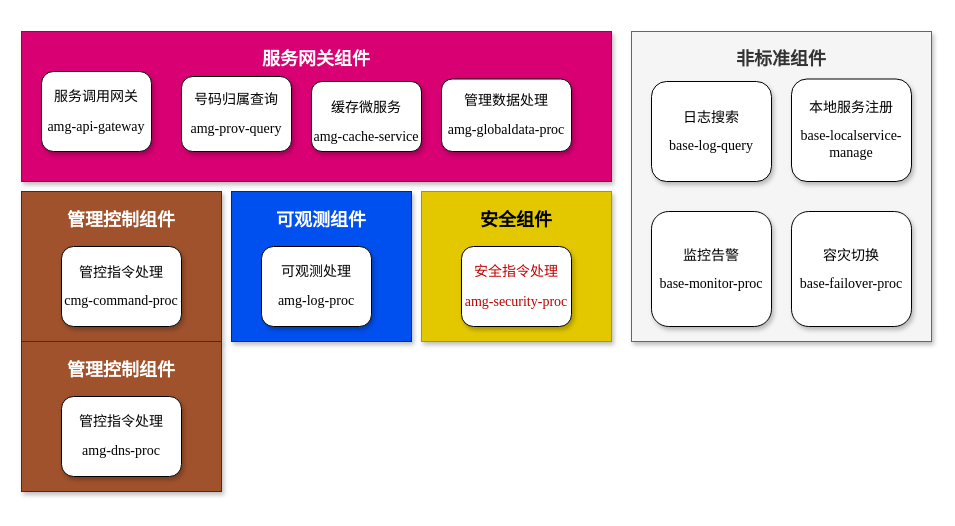
This is page "微服务拆分" (3 of 9) of 智慧中台AMG.drawio from qymmdj/draw-io, a draw.io file, before an edit. Source tidied: cells renumbered, new cells numbered last; positions are measured from the earlier drawing's top-left corner, leaving out a move shared by most shapes. Both pictures are drawn from the tidied source at 100%, with x=0, y=0 at pixel (21, 31).
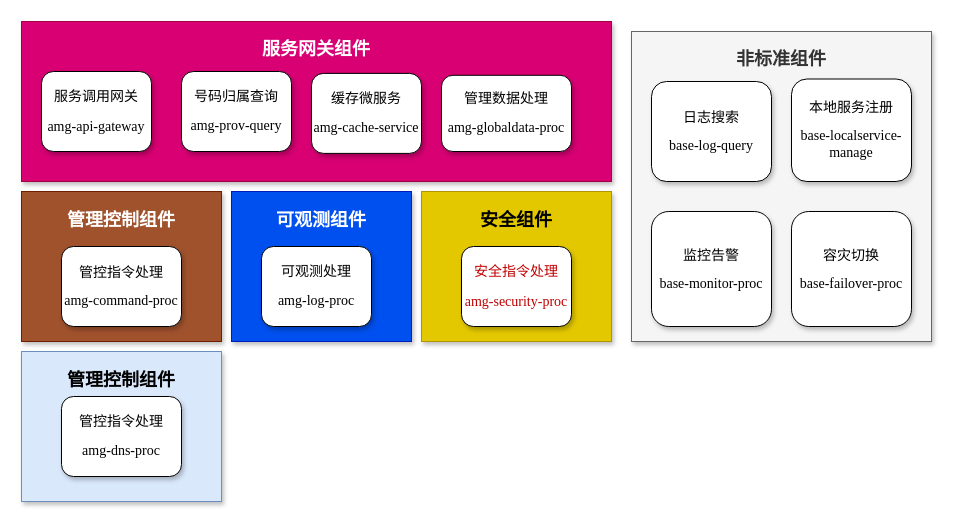
The same diagram, later.

The edit, as a diff of the source:
```diff
@@
 <mxGraphModel>
   <root>
     <mxCell id="0" />
     <mxCell id="1" parent="0" />
     <mxCell id="2" value="&lt;p class=&quot;MsoNormal&quot;&gt;&lt;b&gt;&lt;font face=&quot;Courier New&quot; style=&quot;font-size: 18px&quot;&gt;服务网关组件&lt;/font&gt;&lt;/b&gt;&lt;/p&gt;" style="rounded=0;whiteSpace=wrap;html=1;shadow=1;glass=0;fillColor=#d80073;verticalAlign=top;strokeColor=#A50040;fontColor=#ffffff;" parent="1" vertex="1">
-      <mxGeometry width="590" height="150" as="geometry" />
+      <mxGeometry y="-10" width="590" height="160" as="geometry" />
     </mxCell>
     <mxCell id="3" value="&lt;p class=&quot;MsoNormal&quot;&gt;&lt;b&gt;&lt;font style=&quot;font-size: 18px&quot;&gt;管理控制组件&lt;/font&gt;&lt;/b&gt;&lt;/p&gt;" style="rounded=0;whiteSpace=wrap;html=1;shadow=1;glass=0;fillColor=#a0522d;verticalAlign=top;strokeColor=#6D1F00;fontColor=#ffffff;" parent="1" vertex="1">
       <mxGeometry y="160" width="200" height="150" as="geometry" />
     </mxCell>
     <mxCell id="4" value="&lt;p class=&quot;MsoNormal&quot;&gt;&lt;span style=&quot;font-family: &amp;#34;times new roman&amp;#34; ; font-size: 10.5000pt&quot;&gt;&lt;font face=&quot;宋体&quot;&gt;服务调用网关&lt;/font&gt;&lt;/span&gt;&lt;/p&gt;&lt;p class=&quot;MsoNormal&quot;&gt;&lt;span style=&quot;font-size: 10.5000pt&quot;&gt;&lt;font face=&quot;Times New Roman&quot;&gt;amg-api-gateway&lt;/font&gt;&lt;/span&gt;&lt;/p&gt;" style="rounded=1;shadow=1;glass=0;sketch=0;horizontal=1;verticalAlign=middle;whiteSpace=wrap;labelBackgroundColor=none;html=1;" parent="1" vertex="1">
       <mxGeometry x="20" y="40" width="110" height="80" as="geometry" />
     </mxCell>
     <mxCell id="5" value="&lt;p class=&quot;MsoNormal&quot;&gt;&lt;span style=&quot;font-family: &amp;#34;times new roman&amp;#34; ; font-size: 10.5000pt&quot;&gt;&lt;font face=&quot;宋体&quot;&gt;号码归属查询&lt;/font&gt;&lt;/span&gt;&lt;/p&gt;&lt;p class=&quot;MsoNormal&quot;&gt;&lt;span style=&quot;font-family: &amp;#34;times new roman&amp;#34; ; font-size: 10.5000pt&quot;&gt;amg-prov-query&lt;/span&gt;&lt;/p&gt;" style="rounded=1;shadow=1;glass=0;sketch=0;horizontal=1;verticalAlign=middle;whiteSpace=wrap;labelBackgroundColor=none;html=1;" parent="1" vertex="1">
-      <mxGeometry x="160" y="45" width="110" height="75" as="geometry" />
+      <mxGeometry x="160" y="40" width="110" height="80" as="geometry" />
     </mxCell>
     <mxCell id="6" value="&lt;p class=&quot;MsoNormal&quot;&gt;&lt;span style=&quot;font-size: 14px&quot;&gt;管理数据处理&lt;/span&gt;&lt;/p&gt;&lt;p class=&quot;MsoNormal&quot;&gt;&lt;span style=&quot;font-size: 10.5000pt&quot;&gt;&lt;font face=&quot;Times New Roman&quot;&gt;amg&lt;/font&gt;&lt;/span&gt;&lt;span style=&quot;font-family: &amp;#34;times new roman&amp;#34; ; font-size: 10.5000pt&quot;&gt;-globaldata-proc&lt;/span&gt;&lt;/p&gt;" style="rounded=1;shadow=1;glass=0;sketch=0;horizontal=1;verticalAlign=middle;whiteSpace=wrap;labelBackgroundColor=none;html=1;" parent="1" vertex="1">
-      <mxGeometry x="420" y="47.5" width="130" height="72.5" as="geometry" />
+      <mxGeometry x="420" y="43.8" width="130" height="76.2" as="geometry" />
     </mxCell>
-    <mxCell id="7" value="&lt;p class=&quot;MsoNormal&quot;&gt;&lt;span style=&quot;font-size: 10.5pt&quot;&gt;管控指令处理&lt;/span&gt;&lt;/p&gt;&lt;p class=&quot;MsoNormal&quot;&gt;&lt;span style=&quot;font-family: &amp;#34;times new roman&amp;#34; ; font-size: 10.5000pt&quot;&gt;cmg-command-proc&lt;/span&gt;&lt;/p&gt;" style="rounded=1;shadow=1;glass=0;sketch=0;horizontal=1;verticalAlign=middle;whiteSpace=wrap;labelBackgroundColor=none;html=1;" parent="1" vertex="1">
+    <mxCell id="7" value="&lt;p class=&quot;MsoNormal&quot;&gt;&lt;span style=&quot;font-size: 10.5pt&quot;&gt;管控指令处理&lt;/span&gt;&lt;/p&gt;&lt;p class=&quot;MsoNormal&quot;&gt;&lt;span style=&quot;font-family: &amp;#34;times new roman&amp;#34; ; font-size: 10.5000pt&quot;&gt;amg-command-proc&lt;/span&gt;&lt;/p&gt;" style="rounded=1;shadow=1;glass=0;sketch=0;horizontal=1;verticalAlign=middle;whiteSpace=wrap;labelBackgroundColor=none;html=1;" parent="1" vertex="1">
       <mxGeometry x="40" y="215" width="120" height="80" as="geometry" />
     </mxCell>
     <mxCell id="8" value="&lt;p class=&quot;MsoNormal&quot;&gt;&lt;font style=&quot;font-size: 18px&quot; face=&quot;Courier New&quot;&gt;&lt;b&gt;非标准组件&lt;/b&gt;&lt;/font&gt;&lt;/p&gt;" style="rounded=0;whiteSpace=wrap;html=1;shadow=1;glass=0;verticalAlign=top;fillColor=#f5f5f5;strokeColor=#666666;fontColor=#333333;" parent="1" vertex="1">
       <mxGeometry x="610" width="300" height="310" as="geometry" />
     </mxCell>
     <mxCell id="9" value="&lt;p class=&quot;MsoNormal&quot;&gt;&lt;span style=&quot;font-size: 10.5pt&quot;&gt;容灾切换&lt;/span&gt;&lt;/p&gt;&lt;p class=&quot;MsoNormal&quot;&gt;&lt;span style=&quot;font-family: &amp;#34;times new roman&amp;#34; ; font-size: 10.5000pt&quot;&gt;base-failover-proc&lt;/span&gt;&lt;/p&gt;" style="rounded=1;shadow=1;glass=0;sketch=0;horizontal=1;verticalAlign=middle;whiteSpace=wrap;labelBackgroundColor=none;html=1;" parent="1" vertex="1">
       <mxGeometry x="770" y="180" width="120" height="115" as="geometry" />
     </mxCell>
     <mxCell id="10" value="&lt;p class=&quot;MsoNormal&quot;&gt;&lt;span style=&quot;font-size: 10.5pt&quot;&gt;本地服务注册&lt;/span&gt;&lt;/p&gt;&lt;p class=&quot;MsoNormal&quot;&gt;&lt;span style=&quot;font-family: &amp;#34;times new roman&amp;#34; ; font-size: 10.5000pt&quot;&gt;base-localservice-manage&lt;/span&gt;&lt;/p&gt;" style="rounded=1;shadow=1;glass=0;sketch=0;horizontal=1;verticalAlign=middle;whiteSpace=wrap;labelBackgroundColor=none;html=1;" parent="1" vertex="1">
       <mxGeometry x="770" y="47.5" width="120" height="102.5" as="geometry" />
     </mxCell>
     <mxCell id="11" value="&lt;p class=&quot;MsoNormal&quot;&gt;&lt;span style=&quot;font-size: 10.5pt&quot;&gt;监控告警&lt;/span&gt;&lt;/p&gt;&lt;p class=&quot;MsoNormal&quot;&gt;&lt;span style=&quot;font-family: &amp;#34;times new roman&amp;#34; ; font-size: 10.5000pt&quot;&gt;base-monitor-proc&lt;/span&gt;&lt;/p&gt;" style="rounded=1;shadow=1;glass=0;sketch=0;horizontal=1;verticalAlign=middle;whiteSpace=wrap;labelBackgroundColor=none;html=1;" parent="1" vertex="1">
       <mxGeometry x="630" y="180" width="120" height="115" as="geometry" />
     </mxCell>
-    <mxCell id="12" value="&lt;p class=&quot;MsoNormal&quot;&gt;&lt;span style=&quot;font-size: 10.5pt&quot;&gt;缓存微服务&lt;/span&gt;&lt;br&gt;&lt;/p&gt;&lt;span style=&quot;font-size: 10.5pt&quot;&gt;&lt;font face=&quot;Times New Roman&quot;&gt;amg-cache&lt;/font&gt;&lt;/span&gt;&lt;span style=&quot;font-family: &amp;#34;times new roman&amp;#34; ; font-size: 10.5pt&quot;&gt;-&lt;/span&gt;&lt;span style=&quot;font-size: 10.5pt&quot;&gt;&lt;font face=&quot;Times New Roman&quot;&gt;service&lt;/font&gt;&lt;/span&gt;" style="rounded=1;shadow=1;glass=0;sketch=0;horizontal=1;verticalAlign=middle;whiteSpace=wrap;labelBackgroundColor=none;html=1;" parent="1" vertex="1">
-      <mxGeometry x="290" y="50" width="110" height="70" as="geometry" />
-    </mxCell>
     <mxCell id="13" value="&lt;p class=&quot;MsoNormal&quot;&gt;&lt;span style=&quot;font-size: 10.5pt&quot;&gt;日志搜索&lt;/span&gt;&lt;/p&gt;&lt;p class=&quot;MsoNormal&quot;&gt;&lt;span style=&quot;font-family: &amp;#34;times new roman&amp;#34; ; font-size: 10.5000pt&quot;&gt;base-log-query&lt;/span&gt;&lt;/p&gt;" style="rounded=1;shadow=1;glass=0;sketch=0;horizontal=1;verticalAlign=middle;whiteSpace=wrap;labelBackgroundColor=none;html=1;" parent="1" vertex="1">
       <mxGeometry x="630" y="50" width="120" height="100" as="geometry" />
     </mxCell>
     <mxCell id="14" value="&lt;p class=&quot;MsoNormal&quot;&gt;&lt;b&gt;&lt;font style=&quot;font-size: 18px&quot;&gt;可观测组件&lt;/font&gt;&lt;/b&gt;&lt;/p&gt;" style="rounded=0;whiteSpace=wrap;html=1;shadow=1;glass=0;fillColor=#0050ef;verticalAlign=top;strokeColor=#001DBC;fontColor=#ffffff;" parent="1" vertex="1">
       <mxGeometry x="210" y="160" width="180" height="150" as="geometry" />
     </mxCell>
     <mxCell id="15" value="&lt;p class=&quot;MsoNormal&quot;&gt;&lt;span style=&quot;font-size: 10.5pt&quot;&gt;可观测处理&lt;/span&gt;&lt;/p&gt;&lt;p class=&quot;MsoNormal&quot;&gt;&lt;span style=&quot;font-family: &amp;#34;times new roman&amp;#34; ; font-size: 10.5pt&quot;&gt;amg-&lt;/span&gt;&lt;span style=&quot;font-size: 10.5pt&quot;&gt;&lt;font face=&quot;Times New Roman&quot;&gt;log&lt;/font&gt;&lt;/span&gt;&lt;span style=&quot;font-family: &amp;#34;times new roman&amp;#34; ; font-size: 10.5pt&quot;&gt;-&lt;/span&gt;&lt;span style=&quot;font-size: 10.5pt&quot;&gt;&lt;font face=&quot;Times New Roman&quot;&gt;proc&lt;/font&gt;&lt;/span&gt;&lt;br&gt;&lt;/p&gt;" style="rounded=1;shadow=1;glass=0;sketch=0;horizontal=1;verticalAlign=middle;whiteSpace=wrap;labelBackgroundColor=none;html=1;" parent="1" vertex="1">
       <mxGeometry x="240" y="215" width="110" height="80" as="geometry" />
     </mxCell>
     <mxCell id="16" value="&lt;p class=&quot;MsoNormal&quot;&gt;&lt;b&gt;&lt;font style=&quot;font-size: 18px&quot;&gt;安全组件&lt;/font&gt;&lt;/b&gt;&lt;/p&gt;" style="rounded=0;whiteSpace=wrap;html=1;shadow=1;glass=0;fillColor=#e3c800;verticalAlign=top;strokeColor=#B09500;fontColor=#000000;" parent="1" vertex="1">
       <mxGeometry x="400" y="160" width="190" height="150" as="geometry" />
     </mxCell>
     <mxCell id="17" value="&lt;p class=&quot;MsoNormal&quot;&gt;&lt;span style=&quot;color: rgb(192 , 0 , 0) ; font-size: 10.5000pt&quot;&gt;安全&lt;/span&gt;&lt;span style=&quot;font-family: &amp;#34;times new roman&amp;#34; ; color: rgb(192 , 0 , 0) ; font-size: 10.5000pt&quot;&gt;&lt;font face=&quot;宋体&quot;&gt;指令处理&lt;/font&gt;&lt;/span&gt;&lt;/p&gt;&lt;p class=&quot;MsoNormal&quot;&gt;&lt;span style=&quot;font-family: &amp;#34;times new roman&amp;#34; ; color: rgb(192 , 0 , 0) ; font-size: 10.5000pt&quot;&gt;amg-&lt;/span&gt;&lt;span style=&quot;color: rgb(192 , 0 , 0) ; font-size: 10.5000pt&quot;&gt;&lt;font face=&quot;Times New Roman&quot;&gt;security&lt;/font&gt;&lt;/span&gt;&lt;span style=&quot;font-family: &amp;#34;times new roman&amp;#34; ; color: rgb(192 , 0 , 0) ; font-size: 10.5000pt&quot;&gt;-proc&lt;/span&gt;&lt;/p&gt;" style="rounded=1;shadow=1;glass=0;sketch=0;horizontal=1;verticalAlign=middle;whiteSpace=wrap;labelBackgroundColor=none;html=1;" parent="1" vertex="1">
       <mxGeometry x="440" y="215" width="110" height="80" as="geometry" />
     </mxCell>
-    <mxCell id="18" value="&lt;p class=&quot;MsoNormal&quot;&gt;&lt;b&gt;&lt;font style=&quot;font-size: 18px&quot;&gt;管理控制组件&lt;/font&gt;&lt;/b&gt;&lt;/p&gt;" style="rounded=0;whiteSpace=wrap;html=1;shadow=1;glass=0;fillColor=#a0522d;verticalAlign=top;strokeColor=#6D1F00;fontColor=#ffffff;" parent="1" vertex="1">
-      <mxGeometry y="310" width="200" height="150" as="geometry" />
+    <mxCell id="18" value="&lt;p class=&quot;MsoNormal&quot;&gt;&lt;b&gt;&lt;font style=&quot;font-size: 18px&quot;&gt;管理控制组件&lt;/font&gt;&lt;/b&gt;&lt;/p&gt;" style="rounded=0;whiteSpace=wrap;html=1;shadow=1;glass=0;fillColor=#dae8fc;verticalAlign=top;strokeColor=#6c8ebf;" parent="1" vertex="1">
+      <mxGeometry y="320" width="200" height="150" as="geometry" />
     </mxCell>
     <mxCell id="19" value="&lt;p class=&quot;MsoNormal&quot;&gt;&lt;span style=&quot;font-size: 10.5pt&quot;&gt;管控指令处理&lt;/span&gt;&lt;/p&gt;&lt;p class=&quot;MsoNormal&quot;&gt;&lt;span style=&quot;font-family: &amp;#34;times new roman&amp;#34; ; font-size: 10.5000pt&quot;&gt;amg-&lt;/span&gt;&lt;span style=&quot;font-size: 10.5000pt&quot;&gt;&lt;font face=&quot;Times New Roman&quot;&gt;dns&lt;/font&gt;&lt;/span&gt;&lt;span style=&quot;font-family: &amp;#34;times new roman&amp;#34; ; font-size: 10.5000pt&quot;&gt;-&lt;/span&gt;&lt;span style=&quot;font-size: 10.5000pt&quot;&gt;&lt;font face=&quot;Times New Roman&quot;&gt;proc&lt;/font&gt;&lt;/span&gt;&lt;/p&gt;" style="rounded=1;shadow=1;glass=0;sketch=0;horizontal=1;verticalAlign=middle;whiteSpace=wrap;labelBackgroundColor=none;html=1;" parent="1" vertex="1">
       <mxGeometry x="40" y="365" width="120" height="80" as="geometry" />
     </mxCell>
+    <mxCell id="12" value="&lt;p class=&quot;MsoNormal&quot;&gt;&lt;span style=&quot;font-size: 10.5pt&quot;&gt;缓存微服务&lt;/span&gt;&lt;br&gt;&lt;/p&gt;&lt;p class=&quot;MsoNormal&quot;&gt;&lt;span style=&quot;font-size: 10.5pt&quot;&gt;&lt;font face=&quot;Times New Roman&quot;&gt;amg-cache&lt;/font&gt;&lt;/span&gt;&lt;span style=&quot;font-family: &amp;#34;times new roman&amp;#34; ; font-size: 10.5pt&quot;&gt;-&lt;/span&gt;&lt;span style=&quot;font-size: 10.5pt&quot;&gt;&lt;font face=&quot;Times New Roman&quot;&gt;service&lt;/font&gt;&lt;/span&gt;&lt;br&gt;&lt;/p&gt;" style="rounded=1;shadow=1;glass=0;sketch=0;horizontal=1;verticalAlign=middle;whiteSpace=wrap;labelBackgroundColor=none;html=1;" parent="1" vertex="1">
+      <mxGeometry x="290" y="41.9" width="110" height="80" as="geometry" />
+    </mxCell>
   </root>
 </mxGraphModel>
```
